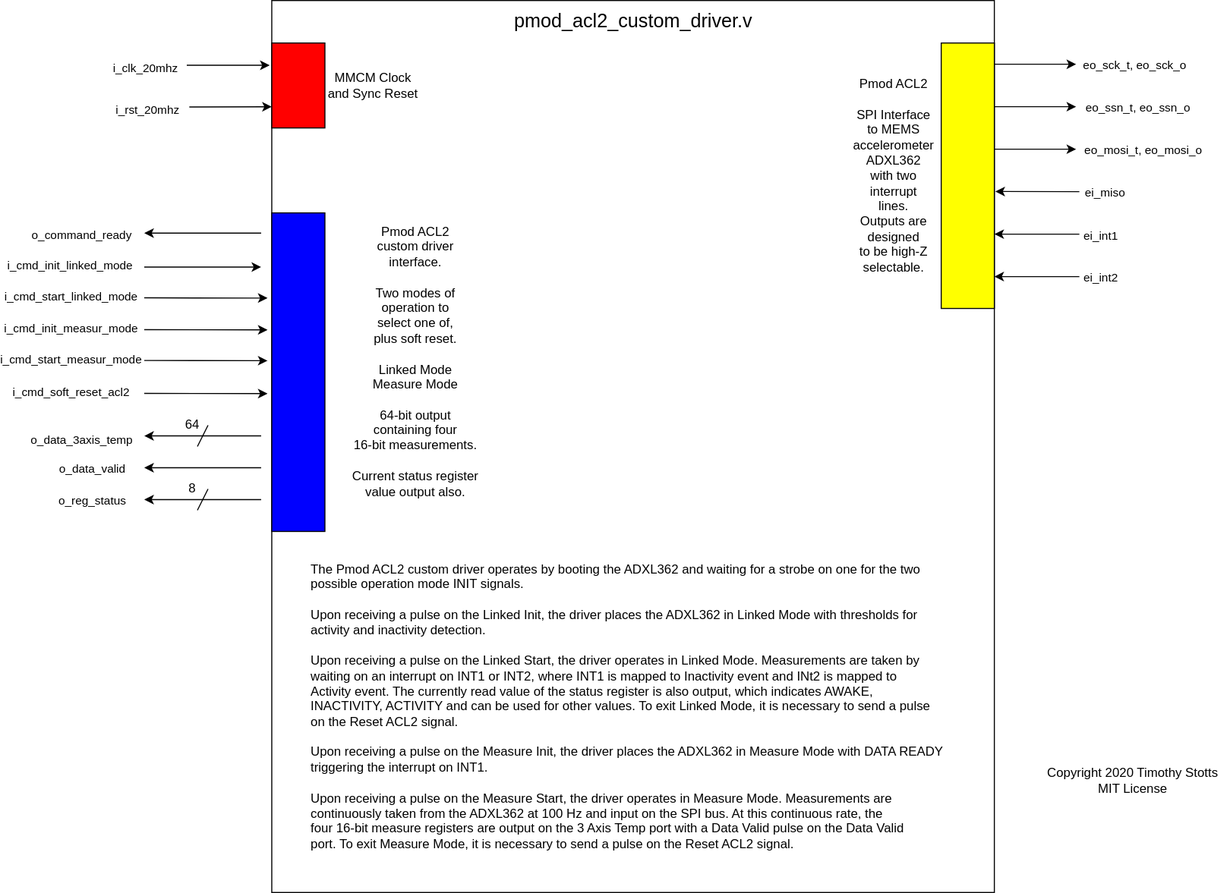
This is ACL-Tester-Design-Documents/ACL-Tester-Design-Diagrams-ACL2-ports.svg from timothystotts/fpga-serial-acl-tester-1, a draw.io export, as it was before one commit. Source tidied: cells renumbered, new cells last; positions are measured from the earlier drawing's top-left corner, leaving out a move shared by most shapes.
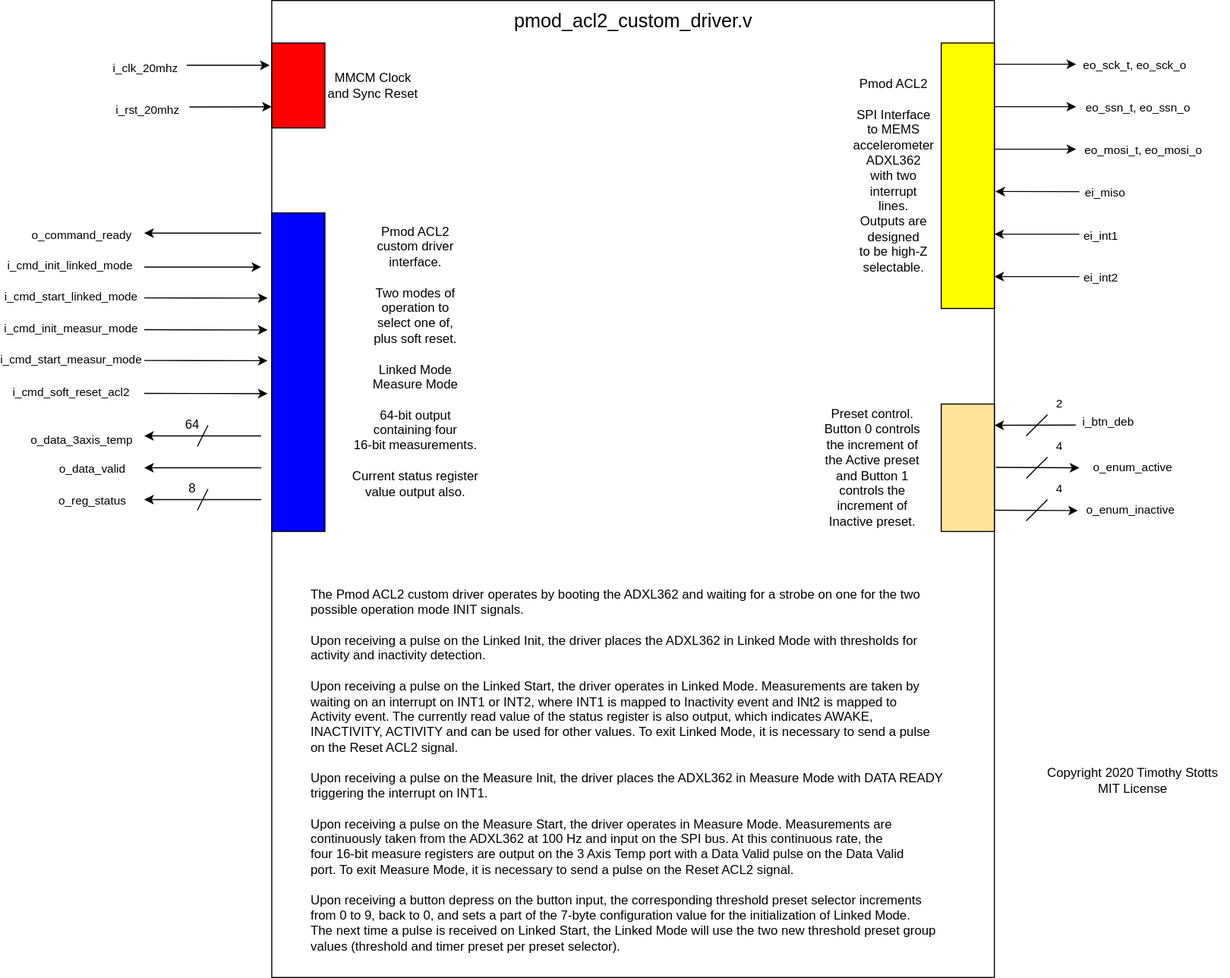
The same diagram one commit later.

Commit message:
Commit of Revision 1B of the design diagrams for ACL Tester.

The edit, as a diff of the source:
```diff
@@ -3,7 +3,7 @@
     <mxCell id="0" />
     <mxCell id="1" parent="0" />
     <mxCell id="2" style="rounded=0;whiteSpace=wrap;html=1;fillColor=none;" parent="1" vertex="1">
-      <mxGeometry x="120" width="680" height="840" as="geometry" />
+      <mxGeometry x="120" width="680" height="920" as="geometry" />
     </mxCell>
     <mxCell id="3" value="&lt;font style=&quot;font-size: 18px&quot;&gt;pmod_acl2_custom_driver.v&lt;/font&gt;" style="text;html=1;align=center;verticalAlign=middle;fillColor=none;strokeColor=none;rounded=0;" parent="1" vertex="1">
       <mxGeometry x="340" y="10" width="240" height="20" as="geometry" />
@@ -231,11 +231,75 @@
     <mxCell id="47" value="Pmod ACL2&lt;br&gt;custom driver&lt;br&gt;interface.&lt;br&gt;&lt;br&gt;Two modes of&lt;br&gt;operation to&lt;br&gt;select one of,&lt;br&gt;plus soft reset.&lt;br&gt;&lt;br&gt;Linked Mode&lt;br&gt;Measure Mode&lt;br&gt;&lt;br&gt;64-bit output&lt;br&gt;containing four&lt;br&gt;16-bit measurements.&lt;br&gt;&lt;br&gt;Current status register&lt;br&gt;value output also." style="text;html=1;align=center;verticalAlign=middle;fillColor=none;strokeColor=none;rounded=0;" parent="1" vertex="1">
       <mxGeometry x="190" y="210" width="130" height="260" as="geometry" />
     </mxCell>
-    <mxCell id="48" value="The Pmod ACL2 custom driver operates by booting the ADXL362 and waiting for a strobe on one for the two&lt;br&gt;possible operation mode INIT signals.&lt;br&gt;&lt;br&gt;Upon receiving a pulse on the Linked Init, the driver places the ADXL362 in Linked Mode with thresholds for&lt;br&gt;activity and inactivity detection.&lt;br&gt;&lt;br&gt;Upon receiving a pulse on the Linked Start, the driver operates in Linked Mode. Measurements are taken by&lt;br&gt;waiting on an interrupt on INT1 or INT2, where INT1 is mapped to Inactivity event and INt2 is mapped to&lt;br&gt;Activity event. The currently read value of the status register is also output, which indicates AWAKE,&lt;br&gt;INACTIVITY, ACTIVITY and can be used for other values. To exit Linked Mode, it is necessary to send a pulse&lt;br&gt;on the Reset ACL2 signal.&lt;br&gt;&lt;br&gt;Upon receiving a pulse on the Measure Init, the driver places the ADXL362 in Measure Mode with DATA READY&lt;br&gt;triggering the interrupt on INT1.&lt;br&gt;&lt;br&gt;Upon receiving a pulse on the Measure Start, the driver operates in Measure Mode. Measurements are&lt;br&gt;continuously taken from the ADXL362 at 100 Hz and input on the SPI bus. At this continuous rate, the&lt;br&gt;four 16-bit measure registers are output on the 3 Axis Temp port with a Data Valid pulse on the Data Valid&lt;br&gt;port. To exit Measure Mode, it is necessary to send a pulse on the Reset ACL2 signal." style="text;html=1;align=left;verticalAlign=middle;fillColor=none;strokeColor=none;rounded=0;" parent="1" vertex="1">
-      <mxGeometry x="155" y="530" width="610" height="270" as="geometry" />
+    <mxCell id="48" value="The Pmod ACL2 custom driver operates by booting the ADXL362 and waiting for a strobe on one for the two&lt;br&gt;possible operation mode INIT signals.&lt;br&gt;&lt;br&gt;Upon receiving a pulse on the Linked Init, the driver places the ADXL362 in Linked Mode with thresholds for&lt;br&gt;activity and inactivity detection.&lt;br&gt;&lt;br&gt;Upon receiving a pulse on the Linked Start, the driver operates in Linked Mode. Measurements are taken by&lt;br&gt;waiting on an interrupt on INT1 or INT2, where INT1 is mapped to Inactivity event and INt2 is mapped to&lt;br&gt;Activity event. The currently read value of the status register is also output, which indicates AWAKE,&lt;br&gt;INACTIVITY, ACTIVITY and can be used for other values. To exit Linked Mode, it is necessary to send a pulse&lt;br&gt;on the Reset ACL2 signal.&lt;br&gt;&lt;br&gt;Upon receiving a pulse on the Measure Init, the driver places the ADXL362 in Measure Mode with DATA READY&lt;br&gt;triggering the interrupt on INT1.&lt;br&gt;&lt;br&gt;Upon receiving a pulse on the Measure Start, the driver operates in Measure Mode. Measurements are&lt;br&gt;continuously taken from the ADXL362 at 100 Hz and input on the SPI bus. At this continuous rate, the&lt;br&gt;four 16-bit measure registers are output on the 3 Axis Temp port with a Data Valid pulse on the Data Valid&lt;br&gt;port. To exit Measure Mode, it is necessary to send a pulse on the Reset ACL2 signal.&lt;br&gt;&lt;br&gt;Upon receiving a button depress on the button input, the corresponding threshold preset selector increments&lt;br&gt;from 0 to 9, back to 0, and sets a part of the 7-byte configuration value for the initialization of Linked Mode.&lt;br&gt;The next time a pulse is received on Linked Start, the Linked Mode will use the two new threshold preset group&lt;br&gt;values (threshold and timer preset per preset selector)." style="text;html=1;align=left;verticalAlign=middle;fillColor=none;strokeColor=none;rounded=0;" parent="1" vertex="1">
+      <mxGeometry x="155" y="560" width="610" height="330" as="geometry" />
     </mxCell>
     <mxCell id="49" value="Copyright 2020 Timothy Stotts&lt;br&gt;MIT License" style="text;html=1;align=center;verticalAlign=middle;" parent="1" vertex="1">
       <mxGeometry x="840" y="720" width="180" height="30" as="geometry" />
     </mxCell>
+    <mxCell id="50" style="rounded=0;whiteSpace=wrap;html=1;fillColor=#FFE599;" parent="1" vertex="1">
+      <mxGeometry x="750" y="380" width="50" height="120" as="geometry" />
+    </mxCell>
+    <mxCell id="51" value="o_enum_active" style="endArrow=classic;html=1;exitX=1.002;exitY=0.527;exitDx=0;exitDy=0;exitPerimeter=0;" parent="1" edge="1">
+      <mxGeometry x="1" y="50" relative="1" as="geometry">
+        <mxPoint x="801.4" y="439.7" as="sourcePoint" />
+        <mxPoint x="880" y="440" as="targetPoint" />
+        <mxPoint x="49" y="50" as="offset" />
+      </mxGeometry>
+    </mxCell>
+    <mxCell id="52" value="o_enum_inactive" style="endArrow=classic;html=1;exitX=1.002;exitY=0.527;exitDx=0;exitDy=0;exitPerimeter=0;" parent="1" edge="1">
+      <mxGeometry x="1" y="50" relative="1" as="geometry">
+        <mxPoint x="800" y="480" as="sourcePoint" />
+        <mxPoint x="878.6" y="480.3" as="targetPoint" />
+        <mxPoint x="49" y="50" as="offset" />
+      </mxGeometry>
+    </mxCell>
+    <mxCell id="53" style="endArrow=classic;html=1;entryX=1.005;entryY=0.48;entryDx=0;entryDy=0;entryPerimeter=0;" parent="1" edge="1">
+      <mxGeometry relative="1" as="geometry">
+        <mxPoint x="876.6" y="399.8" as="sourcePoint" />
+        <mxPoint x="800" y="400" as="targetPoint" />
+      </mxGeometry>
+    </mxCell>
+    <mxCell id="54" value="i_btn_deb" style="edgeLabel;html=1;align=center;verticalAlign=middle;" parent="53" vertex="1">
+      <mxGeometry x="-0.42" relative="1" as="geometry">
+        <mxPoint x="52" y="-3.1" as="offset" />
+      </mxGeometry>
+    </mxCell>
+    <mxCell id="55" style="endArrow=none;html=1;" parent="1" edge="1">
+      <mxGeometry relative="1" as="geometry">
+        <mxPoint x="830" y="410" as="sourcePoint" />
+        <mxPoint x="850" y="390" as="targetPoint" />
+      </mxGeometry>
+    </mxCell>
+    <mxCell id="56" value="2" style="edgeLabel;html=1;align=center;verticalAlign=middle;" parent="55" vertex="1">
+      <mxGeometry x="0.61" y="1" relative="1" as="geometry">
+        <mxPoint x="14.7" y="-13.3" as="offset" />
+      </mxGeometry>
+    </mxCell>
+    <mxCell id="57" style="endArrow=none;html=1;" parent="1" edge="1">
+      <mxGeometry relative="1" as="geometry">
+        <mxPoint x="830" y="450" as="sourcePoint" />
+        <mxPoint x="850" y="430" as="targetPoint" />
+      </mxGeometry>
+    </mxCell>
+    <mxCell id="58" value="4" style="edgeLabel;html=1;align=center;verticalAlign=middle;" parent="57" vertex="1">
+      <mxGeometry x="0.61" y="1" relative="1" as="geometry">
+        <mxPoint x="14.7" y="-13.3" as="offset" />
+      </mxGeometry>
+    </mxCell>
+    <mxCell id="59" style="endArrow=none;html=1;" parent="1" edge="1">
+      <mxGeometry relative="1" as="geometry">
+        <mxPoint x="830" y="490" as="sourcePoint" />
+        <mxPoint x="850" y="470" as="targetPoint" />
+      </mxGeometry>
+    </mxCell>
+    <mxCell id="60" value="4" style="edgeLabel;html=1;align=center;verticalAlign=middle;" parent="59" vertex="1">
+      <mxGeometry x="0.61" y="1" relative="1" as="geometry">
+        <mxPoint x="14.7" y="-13.3" as="offset" />
+      </mxGeometry>
+    </mxCell>
+    <mxCell id="61" value="Preset control.&lt;br&gt;Button 0 controls&lt;br&gt;the increment of&lt;br&gt;the Active preset&lt;br&gt;and Button 1&lt;br&gt;controls the&lt;br&gt;increment of&lt;br&gt;Inactive preset." style="text;html=1;align=center;verticalAlign=middle;fillColor=none;strokeColor=none;rounded=0;" parent="1" vertex="1">
+      <mxGeometry x="630" y="385" width="110" height="110" as="geometry" />
+    </mxCell>
   </root>
 </mxGraphModel>
```
